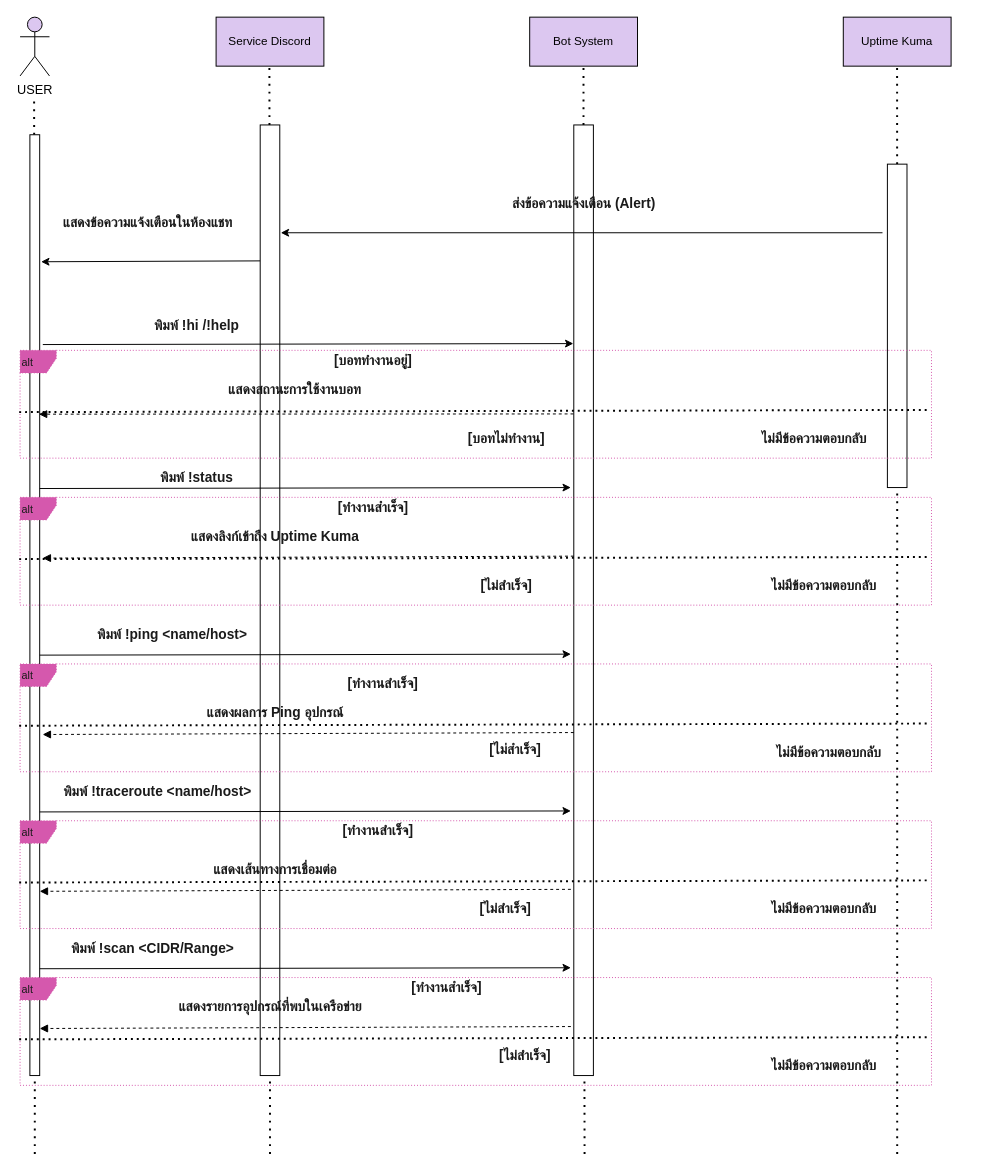
Before: page "chatbot dis" (5 of 13) of Diagram.drawio in Monaphat374/Sequence_project374, a draw.io diagram. Source tidied: cells renumbered, new cells numbered last; positions are measured from the earlier drawing's top-left corner, leaving out a move shared by most shapes. Both pictures are drawn from the tidied source at 98%, with x=0, y=0 at pixel (20, 17).
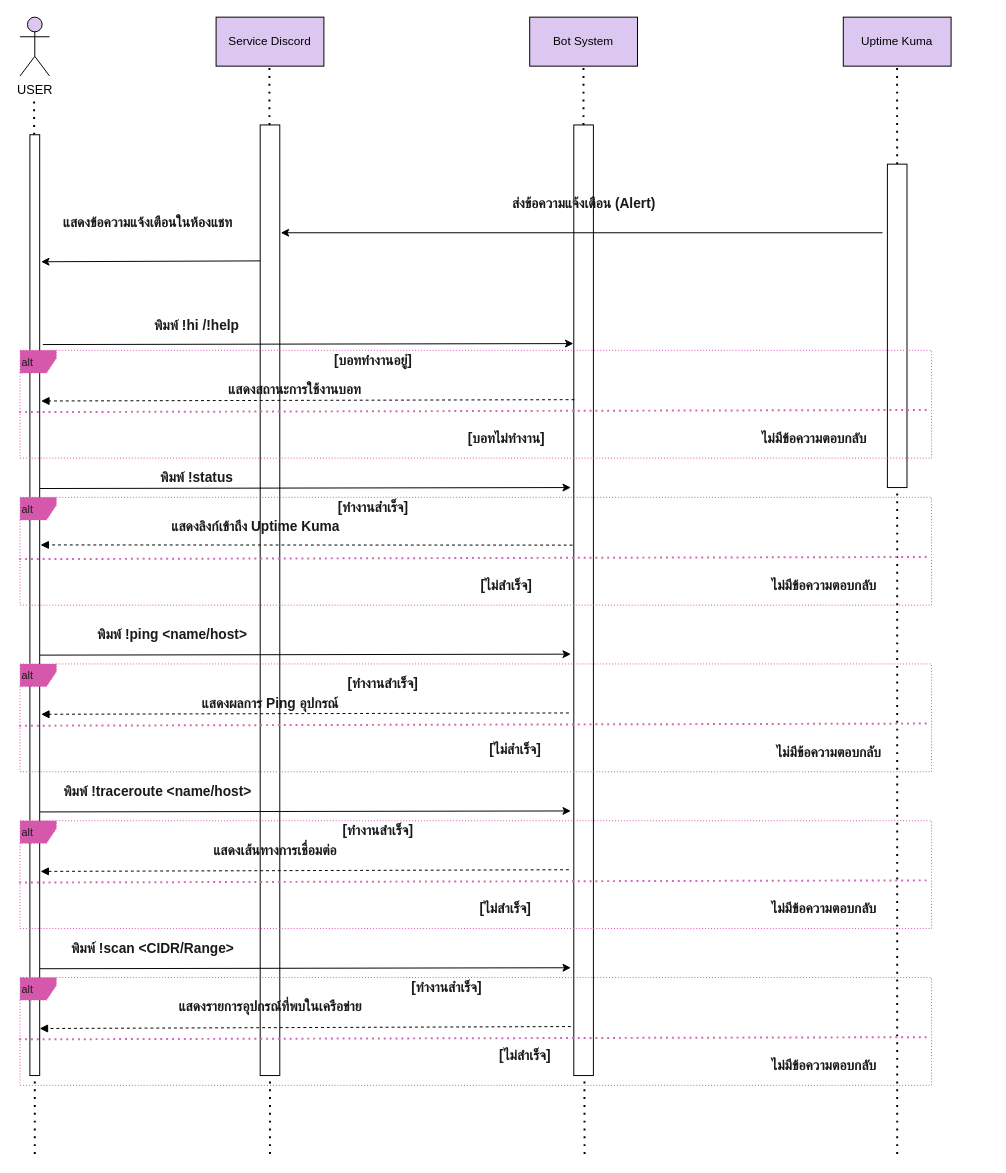
The same diagram, later.

The change refers to these unchanged cells:
```xml
<mxCell id="10" style="rounded=0;whiteSpace=wrap;html=1;" parent="1" vertex="1">
  <mxGeometry x="10" y="120" width="10" height="960" as="geometry" />
</mxCell>
<mxCell id="14" style="rounded=0;whiteSpace=wrap;html=1;" parent="1" vertex="1">
  <mxGeometry x="565" y="110" width="20" height="970" as="geometry" />
</mxCell>
<mxCell id="43" style="group;" parent="1" vertex="1">
  <mxGeometry y="340" width="930" height="120" as="geometry" />
</mxCell>
<mxCell id="44" value="&lt;font face=&quot;Helvetica&quot; style=&quot;font-size: 11px;&quot; color=&quot;#1a1a1a&quot;&gt;alt&amp;nbsp;&lt;/font&gt;" style="shape=umlFrame;whiteSpace=wrap;html=1;dashed=1;dashPattern=1 2;fillColor=light-dark(#D558AD,#A18EB3);fontColor=#ffffff;strokeColor=#D558AD;swimlaneFillColor=none;width=37;height=23;align=left;" parent="43" vertex="1">
  <mxGeometry width="930" height="110" as="geometry" />
</mxCell>
<mxCell id="51" style="group;" parent="1" vertex="1">
  <mxGeometry y="490" width="990" height="250" as="geometry" />
</mxCell>
<mxCell id="52" value="&lt;font face=&quot;Helvetica&quot; style=&quot;font-size: 11px;&quot; color=&quot;#1a1a1a&quot;&gt;alt&amp;nbsp;&lt;/font&gt;" style="shape=umlFrame;whiteSpace=wrap;html=1;dashed=1;dashPattern=1 2;fillColor=light-dark(#D558AD,#A18EB3);fontColor=#ffffff;strokeColor=#D558AD;swimlaneFillColor=none;width=37;height=23;align=left;" parent="51" vertex="1">
  <mxGeometry width="930" height="110" as="geometry" />
</mxCell>
<mxCell id="55" style="group;" parent="51" vertex="1">
  <mxGeometry x="60" y="130" width="930" height="120" as="geometry" />
</mxCell>
<mxCell id="59" value="&lt;font face=&quot;Helvetica&quot; style=&quot;font-size: 11px;&quot; color=&quot;#1a1a1a&quot;&gt;alt&amp;nbsp;&lt;/font&gt;" style="shape=umlFrame;whiteSpace=wrap;html=1;dashed=1;dashPattern=1 2;fillColor=light-dark(#D558AD,#A18EB3);fontColor=#ffffff;strokeColor=#D558AD;swimlaneFillColor=none;width=37;height=23;align=left;" parent="1" vertex="1">
  <mxGeometry y="660" width="930" height="110" as="geometry" />
</mxCell>
<mxCell id="61" style="group;" parent="1" vertex="1">
  <mxGeometry y="820" width="930" height="120" as="geometry" />
</mxCell>
<mxCell id="62" value="&lt;font face=&quot;Helvetica&quot; style=&quot;font-size: 11px;&quot; color=&quot;#1a1a1a&quot;&gt;alt&amp;nbsp;&lt;/font&gt;" style="shape=umlFrame;whiteSpace=wrap;html=1;dashed=1;dashPattern=1 2;fillColor=light-dark(#D558AD,#A18EB3);fontColor=#ffffff;strokeColor=#D558AD;swimlaneFillColor=none;width=37;height=23;align=left;" parent="61" vertex="1">
  <mxGeometry width="930" height="110" as="geometry" />
</mxCell>
<mxCell id="66" style="group;" parent="1" vertex="1">
  <mxGeometry y="980" width="930" height="120" as="geometry" />
</mxCell>
<mxCell id="67" value="&lt;font face=&quot;Helvetica&quot; style=&quot;font-size: 11px;&quot; color=&quot;#1a1a1a&quot;&gt;alt&amp;nbsp;&lt;/font&gt;" style="shape=umlFrame;whiteSpace=wrap;html=1;dashed=1;dashPattern=1 2;fillColor=light-dark(#D558AD,#A18EB3);fontColor=#ffffff;strokeColor=#D558AD;swimlaneFillColor=none;width=37;height=23;align=left;" parent="66" vertex="1">
  <mxGeometry width="930" height="110" as="geometry" />
</mxCell>
```

Diff of the diagram source:
```diff
@@
-    <mxCell id="18" style="endArrow=block;dashed=1;endFill=1;html=1;rounded=0;fontColor=default;labelBackgroundColor=light-dark(#c43131, #ededed);strokeColor=default;exitX=-0.017;exitY=0.304;exitDx=0;exitDy=0;exitPerimeter=0;entryX=0.915;entryY=0.297;entryDx=0;entryDy=0;entryPerimeter=0;" parent="1" edge="1" source="14" target="10">
+    <mxCell id="18" style="endArrow=block;dashed=1;endFill=1;html=1;rounded=0;fontColor=default;labelBackgroundColor=light-dark(#c43131, #ededed);strokeColor=default;exitX=0.031;exitY=0.289;exitDx=0;exitDy=0;exitPerimeter=0;entryX=1.149;entryY=0.283;entryDx=0;entryDy=0;entryPerimeter=0;" parent="1" edge="1" source="14" target="10">
       <mxGeometry relative="1" as="geometry" />
     </mxCell>
@@
-    <mxCell id="27" style="endArrow=block;dashed=1;endFill=1;html=1;rounded=0;fontColor=default;labelBackgroundColor=light-dark(#c43131, #ededed);strokeColor=default;exitX=-0.017;exitY=0.304;exitDx=0;exitDy=0;exitPerimeter=0;" parent="1" edge="1">
-      <mxGeometry relative="1" as="geometry">
-        <mxPoint x="565" y="550" as="sourcePoint" />
-        <mxPoint x="23" y="552" as="targetPoint" />
-      </mxGeometry>
+    <mxCell id="27" style="endArrow=block;dashed=1;endFill=1;html=1;rounded=0;fontColor=default;labelBackgroundColor=light-dark(#c43131, #ededed);strokeColor=default;exitX=-0.064;exitY=0.442;exitDx=0;exitDy=0;exitPerimeter=0;entryX=1.086;entryY=0.436;entryDx=0;entryDy=0;entryPerimeter=0;" parent="1" edge="1" source="14" target="10">
+      <mxGeometry relative="1" as="geometry" />
     </mxCell>
@@
-    <mxCell id="29" style="endArrow=block;dashed=1;endFill=1;html=1;rounded=0;fontColor=default;labelBackgroundColor=light-dark(#c43131, #ededed);strokeColor=default;exitX=-0.017;exitY=0.304;exitDx=0;exitDy=0;exitPerimeter=0;" parent="1" edge="1">
+    <mxCell id="29" style="endArrow=block;dashed=1;endFill=1;html=1;rounded=0;fontColor=default;labelBackgroundColor=light-dark(#c43131, #ededed);strokeColor=default;entryX=1.151;entryY=0.616;entryDx=0;entryDy=0;entryPerimeter=0;" parent="1" edge="1" target="10">
       <mxGeometry relative="1" as="geometry">
-        <mxPoint x="565" y="730" as="sourcePoint" />
-        <mxPoint x="23" y="732" as="targetPoint" />
+        <mxPoint x="560" y="710" as="sourcePoint" />
       </mxGeometry>
     </mxCell>
@@
-    <mxCell id="31" style="endArrow=block;dashed=1;endFill=1;html=1;rounded=0;fontColor=default;labelBackgroundColor=light-dark(#c43131, #ededed);strokeColor=default;exitX=-0.017;exitY=0.304;exitDx=0;exitDy=0;exitPerimeter=0;" parent="1" edge="1">
+    <mxCell id="31" style="endArrow=block;dashed=1;endFill=1;html=1;rounded=0;fontColor=default;labelBackgroundColor=light-dark(#c43131, #ededed);strokeColor=default;entryX=1.086;entryY=0.783;entryDx=0;entryDy=0;entryPerimeter=0;" parent="1" edge="1" target="10">
       <mxGeometry relative="1" as="geometry">
-        <mxPoint x="562" y="890" as="sourcePoint" />
-        <mxPoint x="20" y="892" as="targetPoint" />
+        <mxPoint x="560" y="870" as="sourcePoint" />
       </mxGeometry>
     </mxCell>
@@
-    <mxCell id="39" value="&lt;h5&gt;&lt;span style=&quot;font-size: 14px;&quot;&gt;แสดงเส้นทางการเชื่อมต่อ&lt;/span&gt;&lt;/h5&gt;" style="text;html=1;align=center;verticalAlign=middle;strokeColor=none;fillColor=none;fontFamily=Helvetica;fontStyle=0;fontSize=12;fontColor=#1A1A1A;" parent="1" vertex="1">
-      <mxGeometry x="170" y="840" width="180" height="60" as="geometry" />
-    </mxCell>
-    <mxCell id="40" value="&lt;h5&gt;&lt;span style=&quot;font-size: 14px;&quot;&gt;แสดงผลการ Ping อุปกรณ์&lt;/span&gt;&lt;/h5&gt;" style="text;html=1;align=center;verticalAlign=middle;strokeColor=none;fillColor=none;fontFamily=Helvetica;fontStyle=0;fontSize=12;fontColor=#1A1A1A;" parent="1" vertex="1">
-      <mxGeometry x="165" y="680" width="190" height="60" as="geometry" />
-    </mxCell>
-    <mxCell id="41" value="&lt;h5&gt;&lt;span style=&quot;font-size: 14px;&quot;&gt;แสดงลิงก์เข้าถึง Uptime Kuma&lt;/span&gt;&lt;/h5&gt;" style="text;html=1;align=center;verticalAlign=middle;strokeColor=none;fillColor=none;fontFamily=Helvetica;fontStyle=0;fontSize=12;fontColor=#1A1A1A;" parent="1" vertex="1">
-      <mxGeometry x="150" y="500" width="220" height="60" as="geometry" />
-    </mxCell>
@@
-    <mxCell id="45" style="endArrow=none;dashed=1;html=1;dashPattern=1 2;strokeWidth=2;rounded=0;fontFamily=Helvetica;fontSize=12;fontColor=#ffffff;exitX=-0.001;exitY=0.573;exitDx=0;exitDy=0;exitPerimeter=0;entryX=0.998;entryY=0.553;entryDx=0;entryDy=0;entryPerimeter=0;strokeColor=light-dark(#000000,#A680B8);" parent="43" edge="1" source="44" target="44">
+    <mxCell id="45" style="endArrow=none;dashed=1;html=1;dashPattern=1 2;strokeWidth=2;rounded=0;fontFamily=Helvetica;fontSize=12;fontColor=#ffffff;exitX=-0.001;exitY=0.573;exitDx=0;exitDy=0;exitPerimeter=0;entryX=0.998;entryY=0.553;entryDx=0;entryDy=0;entryPerimeter=0;strokeColor=light-dark(#D469B2,#D469B2);" parent="43" edge="1" source="44" target="44">
       <mxGeometry relative="1" as="geometry" />
     </mxCell>
@@
-    <mxCell id="53" style="endArrow=none;dashed=1;html=1;dashPattern=1 2;strokeWidth=2;rounded=0;fontFamily=Helvetica;fontSize=12;fontColor=#ffffff;exitX=-0.001;exitY=0.573;exitDx=0;exitDy=0;exitPerimeter=0;entryX=0.998;entryY=0.553;entryDx=0;entryDy=0;entryPerimeter=0;strokeColor=light-dark(#000000,#A680B8);" parent="51" edge="1" source="52" target="52">
+    <mxCell id="53" style="endArrow=none;dashed=1;html=1;dashPattern=1 2;strokeWidth=2;rounded=0;fontFamily=Helvetica;fontSize=12;fontColor=#ffffff;exitX=-0.001;exitY=0.573;exitDx=0;exitDy=0;exitPerimeter=0;entryX=0.998;entryY=0.553;entryDx=0;entryDy=0;entryPerimeter=0;strokeColor=light-dark(#D469B2,#D469B2);" parent="51" edge="1" source="52" target="52">
       <mxGeometry relative="1" as="geometry" />
     </mxCell>
@@
+    <mxCell id="40" value="&lt;h5&gt;&lt;span style=&quot;font-size: 14px;&quot;&gt;แสดงผลการ Ping อุปกรณ์&lt;/span&gt;&lt;/h5&gt;" style="text;html=1;align=center;verticalAlign=middle;strokeColor=none;fillColor=none;fontFamily=Helvetica;fontStyle=0;fontSize=12;fontColor=#1A1A1A;" parent="55" vertex="1">
+      <mxGeometry x="100" y="50" width="190" height="60" as="geometry" />
+    </mxCell>
@@
+    <mxCell id="41" value="&lt;h5&gt;&lt;span style=&quot;font-size: 14px;&quot;&gt;แสดงลิงก์เข้าถึง Uptime Kuma&lt;/span&gt;&lt;/h5&gt;" style="text;html=1;align=center;verticalAlign=middle;strokeColor=none;fillColor=none;fontFamily=Helvetica;fontStyle=0;fontSize=12;fontColor=#1A1A1A;" parent="51" vertex="1">
+      <mxGeometry x="130" width="220" height="60" as="geometry" />
+    </mxCell>
@@
-    <mxCell id="60" style="endArrow=none;dashed=1;html=1;dashPattern=1 2;strokeWidth=2;rounded=0;fontFamily=Helvetica;fontSize=12;fontColor=#ffffff;exitX=-0.001;exitY=0.573;exitDx=0;exitDy=0;exitPerimeter=0;entryX=0.998;entryY=0.553;entryDx=0;entryDy=0;entryPerimeter=0;strokeColor=light-dark(#000000,#A680B8);" parent="1" edge="1" source="59" target="59">
+    <mxCell id="60" style="endArrow=none;dashed=1;html=1;dashPattern=1 2;strokeWidth=2;rounded=0;fontFamily=Helvetica;fontSize=12;fontColor=#ffffff;exitX=-0.001;exitY=0.573;exitDx=0;exitDy=0;exitPerimeter=0;entryX=0.998;entryY=0.553;entryDx=0;entryDy=0;entryPerimeter=0;strokeColor=light-dark(#D469B2,#D469B2);" parent="1" edge="1" source="59" target="59">
       <mxGeometry relative="1" as="geometry" />
     </mxCell>
@@
-    <mxCell id="63" style="endArrow=none;dashed=1;html=1;dashPattern=1 2;strokeWidth=2;rounded=0;fontFamily=Helvetica;fontSize=12;fontColor=#ffffff;exitX=-0.001;exitY=0.573;exitDx=0;exitDy=0;exitPerimeter=0;entryX=0.998;entryY=0.553;entryDx=0;entryDy=0;entryPerimeter=0;strokeColor=light-dark(#000000,#A680B8);" parent="61" edge="1" source="62" target="62">
+    <mxCell id="63" style="endArrow=none;dashed=1;html=1;dashPattern=1 2;strokeWidth=2;rounded=0;fontFamily=Helvetica;fontSize=12;fontColor=#ffffff;exitX=-0.001;exitY=0.573;exitDx=0;exitDy=0;exitPerimeter=0;entryX=0.998;entryY=0.553;entryDx=0;entryDy=0;entryPerimeter=0;strokeColor=light-dark(#D469B2,#D469B2);" parent="61" edge="1" source="62" target="62">
       <mxGeometry relative="1" as="geometry" />
     </mxCell>
@@
+    <mxCell id="39" value="&lt;h5&gt;&lt;span style=&quot;font-size: 14px;&quot;&gt;แสดงเส้นทางการเชื่อมต่อ&lt;/span&gt;&lt;/h5&gt;" style="text;html=1;align=center;verticalAlign=middle;strokeColor=none;fillColor=none;fontFamily=Helvetica;fontStyle=0;fontSize=12;fontColor=#1A1A1A;" parent="61" vertex="1">
+      <mxGeometry x="170" width="180" height="60" as="geometry" />
+    </mxCell>
@@
-    <mxCell id="68" style="endArrow=none;dashed=1;html=1;dashPattern=1 2;strokeWidth=2;rounded=0;fontFamily=Helvetica;fontSize=12;fontColor=#ffffff;exitX=-0.001;exitY=0.573;exitDx=0;exitDy=0;exitPerimeter=0;entryX=0.998;entryY=0.553;entryDx=0;entryDy=0;entryPerimeter=0;strokeColor=light-dark(#000000,#A680B8);" parent="66" edge="1" source="67" target="67">
+    <mxCell id="68" style="endArrow=none;dashed=1;html=1;dashPattern=1 2;strokeWidth=2;rounded=0;fontFamily=Helvetica;fontSize=12;fontColor=#ffffff;exitX=-0.001;exitY=0.573;exitDx=0;exitDy=0;exitPerimeter=0;entryX=0.998;entryY=0.553;entryDx=0;entryDy=0;entryPerimeter=0;strokeColor=light-dark(#D469B2,#D469B2);" parent="66" edge="1" source="67" target="67">
       <mxGeometry relative="1" as="geometry" />
     </mxCell>
```
